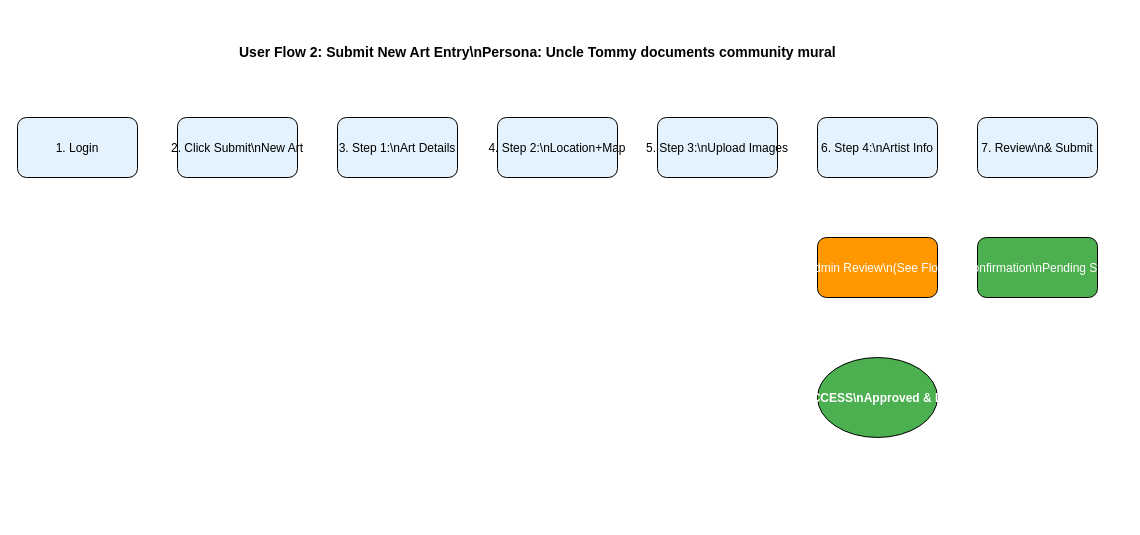
Before: c1-c4/cycle1/imgs/userflow-2-submit-art.drawio in Shash2300/COMP9030-Assignment, a draw.io diagram. Source tidied: cells renumbered, new cells numbered last; positions are measured from the earlier drawing's top-left corner, leaving out a move shared by most shapes. Both pictures are drawn from the tidied source at 100%, with x=0, y=0 at pixel (17, 37).
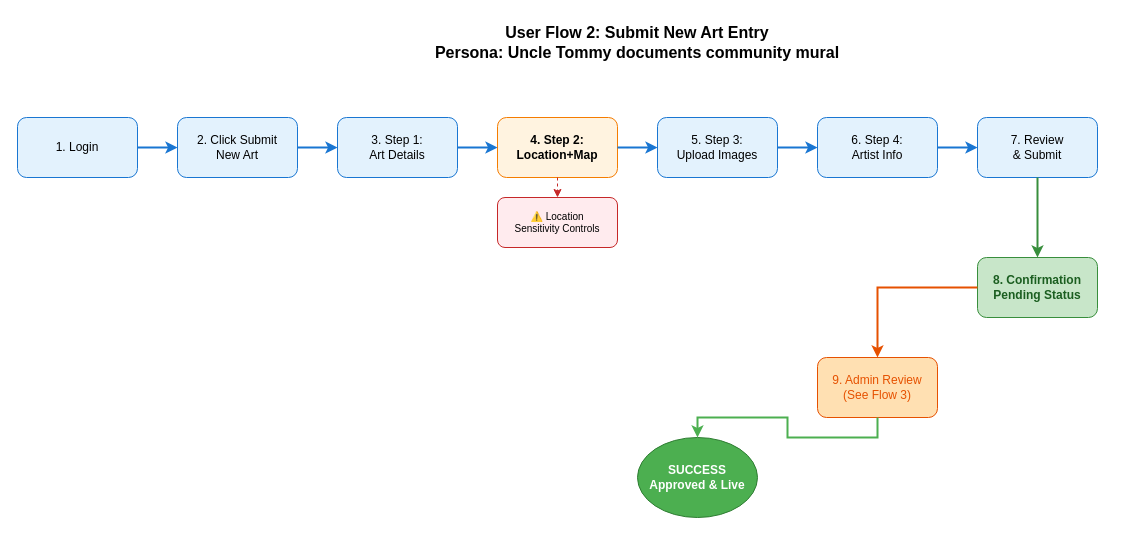
The same page after the edit.

The edit, as a diff of the source:
```diff
@@
-    <mxCell id="2" value="User Flow 2: Submit New Art Entry\nPersona: Uncle Tommy documents community mural" style="text;fontSize=14;fontStyle=1;" parent="1" vertex="1">
-      <mxGeometry x="220" width="600" height="40" as="geometry" />
-    </mxCell>
+    <mxCell id="13" value="User Flow 2: Submit New Art Entry&#10;Persona: Uncle Tommy documents community mural" style="text;html=1;strokeColor=none;fillColor=none;align=center;verticalAlign=middle;whiteSpace=wrap;rounded=0;fontSize=16;fontStyle=1;" parent="1" vertex="1">
+      <mxGeometry x="320" y="-20" width="600" height="50" as="geometry" />
+    </mxCell>
-    <mxCell id="3" value="1. Login" style="rounded=1;fillColor=#e3f2fd;" parent="1" vertex="1">
+    <mxCell id="3" value="1. Login" style="rounded=1;whiteSpace=wrap;html=1;fillColor=#E3F2FD;strokeColor=#1976D2;" parent="1" vertex="1">
       <mxGeometry y="80" width="120" height="60" as="geometry" />
     </mxCell>
-    <mxCell id="4" value="2. Click Submit\nNew Art" style="rounded=1;fillColor=#e3f2fd;" parent="1" vertex="1">
+    <mxCell id="4" value="2. Click Submit&#10;New Art" style="rounded=1;whiteSpace=wrap;html=1;fillColor=#E3F2FD;strokeColor=#1976D2;" parent="1" vertex="1">
       <mxGeometry x="160" y="80" width="120" height="60" as="geometry" />
     </mxCell>
-    <mxCell id="5" value="3. Step 1:\nArt Details" style="rounded=1;fillColor=#e3f2fd;" parent="1" vertex="1">
+    <mxCell id="5" value="3. Step 1:&#10;Art Details" style="rounded=1;whiteSpace=wrap;html=1;fillColor=#E3F2FD;strokeColor=#1976D2;" parent="1" vertex="1">
       <mxGeometry x="320" y="80" width="120" height="60" as="geometry" />
     </mxCell>
-    <mxCell id="6" value="4. Step 2:\nLocation+Map" style="rounded=1;fillColor=#e3f2fd;" parent="1" vertex="1">
+    <mxCell id="6" value="4. Step 2:&#10;Location+Map" style="rounded=1;whiteSpace=wrap;html=1;fillColor=#FFF3E0;strokeColor=#F57C00;fontStyle=1;" parent="1" vertex="1">
       <mxGeometry x="480" y="80" width="120" height="60" as="geometry" />
     </mxCell>
+    <mxCell id="14" value="⚠️ Location&#10;Sensitivity Controls" style="rounded=1;whiteSpace=wrap;html=1;fillColor=#FFEBEE;strokeColor=#C62828;fontSize=10;" parent="1" vertex="1">
+      <mxGeometry x="480" y="160" width="120" height="50" as="geometry" />
+    </mxCell>
-    <mxCell id="7" value="5. Step 3:\nUpload Images" style="rounded=1;fillColor=#e3f2fd;" parent="1" vertex="1">
+    <mxCell id="7" value="5. Step 3:&#10;Upload Images" style="rounded=1;whiteSpace=wrap;html=1;fillColor=#E3F2FD;strokeColor=#1976D2;" parent="1" vertex="1">
       <mxGeometry x="640" y="80" width="120" height="60" as="geometry" />
     </mxCell>
-    <mxCell id="8" value="6. Step 4:\nArtist Info" style="rounded=1;fillColor=#e3f2fd;" parent="1" vertex="1">
+    <mxCell id="8" value="6. Step 4:&#10;Artist Info" style="rounded=1;whiteSpace=wrap;html=1;fillColor=#E3F2FD;strokeColor=#1976D2;" parent="1" vertex="1">
       <mxGeometry x="800" y="80" width="120" height="60" as="geometry" />
     </mxCell>
-    <mxCell id="9" value="7. Review\n&amp; Submit" style="rounded=1;fillColor=#e3f2fd;" parent="1" vertex="1">
+    <mxCell id="9" value="7. Review&#10;&amp; Submit" style="rounded=1;whiteSpace=wrap;html=1;fillColor=#E3F2FD;strokeColor=#1976D2;" parent="1" vertex="1">
       <mxGeometry x="960" y="80" width="120" height="60" as="geometry" />
     </mxCell>
-    <mxCell id="10" value="8. Confirmation\nPending Status" style="rounded=1;fillColor=#4caf50;fontColor=#fff;" parent="1" vertex="1">
-      <mxGeometry x="960" y="200" width="120" height="60" as="geometry" />
+    <mxCell id="10" value="8. Confirmation&#10;Pending Status" style="rounded=1;whiteSpace=wrap;html=1;fillColor=#C8E6C9;strokeColor=#388E3C;fontColor=#1B5E20;fontStyle=1;" parent="1" vertex="1">
+      <mxGeometry x="960" y="220" width="120" height="60" as="geometry" />
     </mxCell>
-    <mxCell id="11" value="9. Admin Review\n(See Flow 3)" style="rounded=1;fillColor=#ff9800;fontColor=#fff;" parent="1" vertex="1">
-      <mxGeometry x="800" y="200" width="120" height="60" as="geometry" />
+    <mxCell id="11" value="9. Admin Review&#10;(See Flow 3)" style="rounded=1;whiteSpace=wrap;html=1;fillColor=#FFE0B2;strokeColor=#E65100;fontColor=#E65100;" parent="1" vertex="1">
+      <mxGeometry x="800" y="320" width="120" height="60" as="geometry" />
     </mxCell>
-    <mxCell id="12" value="SUCCESS\nApproved &amp; Live" style="ellipse;fillColor=#4caf50;fontColor=#fff;fontStyle=1;" parent="1" vertex="1">
-      <mxGeometry x="800" y="320" width="120" height="80" as="geometry" />
+    <mxCell id="12" value="SUCCESS&#10;Approved &amp; Live" style="ellipse;whiteSpace=wrap;html=1;fillColor=#4CAF50;strokeColor=#2E7D32;fontColor=#FFFFFF;fontStyle=1;" parent="1" vertex="1">
+      <mxGeometry x="620" y="400" width="120" height="80" as="geometry" />
     </mxCell>
+    <mxCell id="15" style="edgeStyle=orthogonalEdgeStyle;rounded=0;jettySize=auto;html=1;exitX=1;exitY=0.5;exitDx=0;exitDy=0;entryX=0;entryY=0.5;entryDx=0;entryDy=0;strokeWidth=2;strokeColor=#1976D2;" parent="1" edge="1" source="3" target="4">
+      <mxGeometry relative="1" as="geometry" />
+    </mxCell>
+    <mxCell id="16" style="edgeStyle=orthogonalEdgeStyle;rounded=0;jettySize=auto;html=1;exitX=1;exitY=0.5;exitDx=0;exitDy=0;entryX=0;entryY=0.5;entryDx=0;entryDy=0;strokeWidth=2;strokeColor=#1976D2;" parent="1" edge="1" source="4" target="5">
+      <mxGeometry relative="1" as="geometry" />
+    </mxCell>
+    <mxCell id="17" style="edgeStyle=orthogonalEdgeStyle;rounded=0;jettySize=auto;html=1;exitX=1;exitY=0.5;exitDx=0;exitDy=0;entryX=0;entryY=0.5;entryDx=0;entryDy=0;strokeWidth=2;strokeColor=#1976D2;" parent="1" edge="1" source="5" target="6">
+      <mxGeometry relative="1" as="geometry" />
+    </mxCell>
+    <mxCell id="18" style="edgeStyle=orthogonalEdgeStyle;rounded=0;jettySize=auto;html=1;exitX=1;exitY=0.5;exitDx=0;exitDy=0;entryX=0;entryY=0.5;entryDx=0;entryDy=0;strokeWidth=2;strokeColor=#1976D2;" parent="1" edge="1" source="6" target="7">
+      <mxGeometry relative="1" as="geometry" />
+    </mxCell>
+    <mxCell id="19" style="edgeStyle=orthogonalEdgeStyle;rounded=0;jettySize=auto;html=1;exitX=1;exitY=0.5;exitDx=0;exitDy=0;entryX=0;entryY=0.5;entryDx=0;entryDy=0;strokeWidth=2;strokeColor=#1976D2;" parent="1" edge="1" source="7" target="8">
+      <mxGeometry relative="1" as="geometry" />
+    </mxCell>
+    <mxCell id="20" style="edgeStyle=orthogonalEdgeStyle;rounded=0;jettySize=auto;html=1;exitX=1;exitY=0.5;exitDx=0;exitDy=0;entryX=0;entryY=0.5;entryDx=0;entryDy=0;strokeWidth=2;strokeColor=#1976D2;" parent="1" edge="1" source="8" target="9">
+      <mxGeometry relative="1" as="geometry" />
+    </mxCell>
+    <mxCell id="21" style="edgeStyle=orthogonalEdgeStyle;rounded=0;jettySize=auto;html=1;exitX=0.5;exitY=1;exitDx=0;exitDy=0;entryX=0.5;entryY=0;entryDx=0;entryDy=0;strokeWidth=2;strokeColor=#388E3C;" parent="1" edge="1" source="9" target="10">
+      <mxGeometry relative="1" as="geometry" />
+    </mxCell>
+    <mxCell id="22" style="edgeStyle=orthogonalEdgeStyle;rounded=0;jettySize=auto;html=1;exitX=0;exitY=0.5;exitDx=0;exitDy=0;entryX=0.5;entryY=0;entryDx=0;entryDy=0;strokeWidth=2;strokeColor=#E65100;" parent="1" edge="1" source="10" target="11">
+      <mxGeometry relative="1" as="geometry" />
+    </mxCell>
+    <mxCell id="23" style="edgeStyle=orthogonalEdgeStyle;rounded=0;jettySize=auto;html=1;exitX=0.5;exitY=1;exitDx=0;exitDy=0;entryX=0.5;entryY=0;entryDx=0;entryDy=0;strokeWidth=2;strokeColor=#4CAF50;" parent="1" edge="1" source="11" target="12">
+      <mxGeometry relative="1" as="geometry" />
+    </mxCell>
+    <mxCell id="24" style="edgeStyle=orthogonalEdgeStyle;rounded=0;jettySize=auto;html=1;exitX=0.5;exitY=1;exitDx=0;exitDy=0;entryX=0.5;entryY=0;entryDx=0;entryDy=0;strokeWidth=1;strokeColor=#C62828;dashed=1;" parent="1" edge="1" source="6" target="14">
+      <mxGeometry relative="1" as="geometry" />
+    </mxCell>
```
